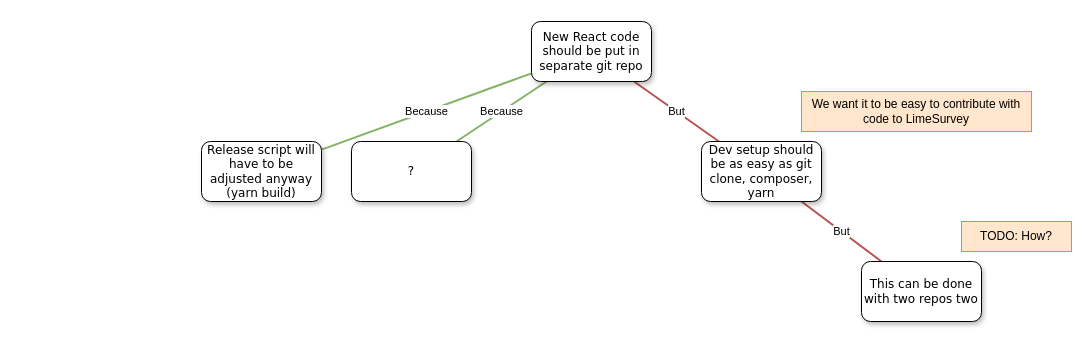
olleharstedt/limesurvey-wizard keeps this draw.io diagram as Separate_repo.drawio. Above is the earlier version. Source tidied: cells renumbered, new cells numbered last; positions are measured from the earlier drawing's top-left corner, leaving out a move shared by most shapes. Both pictures are drawn from the tidied source at 100%, with x=0, y=0 at pixel (201, 21).
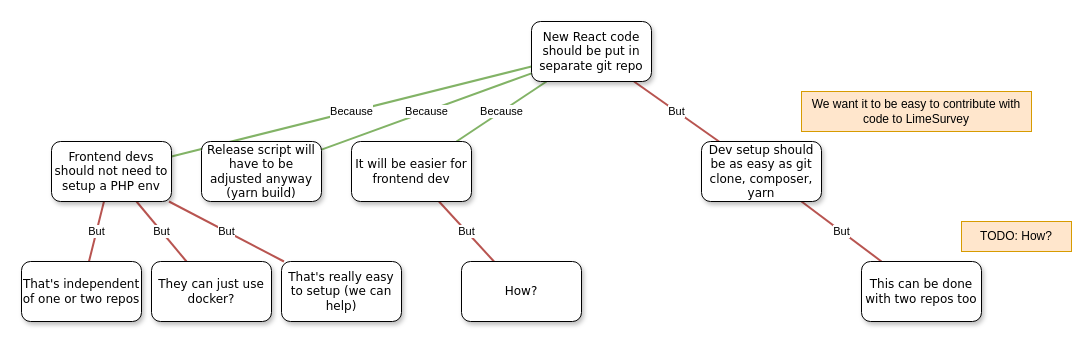
After the change.

Unchanged cells that the change refers to:
```xml
<mxCell id="5" value="New React code should be put in separate git repo" style="whiteSpace=wrap;html=1;rounded=1;shadow=1;labelBackgroundColor=none;strokeWidth=1;fontFamily=Verdana;fontSize=12;align=center;" parent="1" vertex="1">
  <mxGeometry x="330" width="120" height="60" as="geometry" />
</mxCell>
```

What changed in the source:
```diff
@@
+    <mxCell id="13" value="Because" style="edgeStyle=none;rounded=0;jettySize=auto;html=1;endArrow=none;endFill=0;strokeWidth=2;fillColor=#d5e8d4;strokeColor=#82b366;" parent="1" edge="1" source="5" target="19">
+      <mxGeometry relative="1" as="geometry" />
+    </mxCell>
@@
+    <mxCell id="14" value="But" style="edgeStyle=none;rounded=0;jettySize=auto;html=1;endArrow=none;endFill=0;strokeWidth=2;fillColor=#f8cecc;strokeColor=#b85450;" parent="1" edge="1" source="6" target="15">
+      <mxGeometry relative="1" as="geometry" />
+    </mxCell>
-    <mxCell id="6" value="?" style="whiteSpace=wrap;html=1;rounded=1;shadow=1;labelBackgroundColor=none;strokeWidth=1;fontFamily=Verdana;fontSize=12;align=center;" parent="1" vertex="1">
+    <mxCell id="6" value="It will be easier for frontend dev" style="whiteSpace=wrap;html=1;rounded=1;shadow=1;labelBackgroundColor=none;strokeWidth=1;fontFamily=Verdana;fontSize=12;align=center;" parent="1" vertex="1">
       <mxGeometry x="150" y="120" width="120" height="60" as="geometry" />
     </mxCell>
@@
-    <mxCell id="9" value="This can be done with two repos two" style="whiteSpace=wrap;html=1;rounded=1;shadow=1;labelBackgroundColor=none;strokeWidth=1;fontFamily=Verdana;fontSize=12;align=center;" parent="1" vertex="1">
+    <mxCell id="9" value="This can be done with two repos too" style="whiteSpace=wrap;html=1;rounded=1;shadow=1;labelBackgroundColor=none;strokeWidth=1;fontFamily=Verdana;fontSize=12;align=center;" parent="1" vertex="1">
       <mxGeometry x="660" y="240" width="120" height="60" as="geometry" />
     </mxCell>
@@
+    <mxCell id="15" value="How?" style="whiteSpace=wrap;html=1;rounded=1;shadow=1;labelBackgroundColor=none;strokeWidth=1;fontFamily=Verdana;fontSize=12;align=center;" parent="1" vertex="1">
+      <mxGeometry x="260" y="240" width="120" height="60" as="geometry" />
+    </mxCell>
+    <mxCell id="16" value="But" style="edgeStyle=none;rounded=0;jettySize=auto;html=1;endArrow=none;endFill=0;strokeWidth=2;fillColor=#f8cecc;strokeColor=#b85450;" parent="1" edge="1" source="19" target="20">
+      <mxGeometry relative="1" as="geometry" />
+    </mxCell>
+    <mxCell id="17" value="But" style="edgeStyle=none;rounded=0;jettySize=auto;html=1;endArrow=none;endFill=0;strokeWidth=2;fillColor=#f8cecc;strokeColor=#b85450;" parent="1" edge="1" source="19" target="21">
+      <mxGeometry relative="1" as="geometry" />
+    </mxCell>
+    <mxCell id="18" value="But" style="edgeStyle=none;rounded=0;jettySize=auto;html=1;endArrow=none;endFill=0;strokeWidth=2;fillColor=#f8cecc;strokeColor=#b85450;" parent="1" edge="1" source="19" target="22">
+      <mxGeometry relative="1" as="geometry" />
+    </mxCell>
+    <mxCell id="19" value="Frontend devs should not need to setup a PHP env" style="whiteSpace=wrap;html=1;rounded=1;shadow=1;labelBackgroundColor=none;strokeWidth=1;fontFamily=Verdana;fontSize=12;align=center;" parent="1" vertex="1">
+      <mxGeometry x="-150" y="120" width="120" height="60" as="geometry" />
+    </mxCell>
+    <mxCell id="20" value="They can just use docker?" style="whiteSpace=wrap;html=1;rounded=1;shadow=1;labelBackgroundColor=none;strokeWidth=1;fontFamily=Verdana;fontSize=12;align=center;" parent="1" vertex="1">
+      <mxGeometry x="-50" y="240" width="120" height="60" as="geometry" />
+    </mxCell>
+    <mxCell id="21" value="That's really easy to setup (we can help)" style="whiteSpace=wrap;html=1;rounded=1;shadow=1;labelBackgroundColor=none;strokeWidth=1;fontFamily=Verdana;fontSize=12;align=center;" parent="1" vertex="1">
+      <mxGeometry x="80" y="240" width="120" height="60" as="geometry" />
+    </mxCell>
+    <mxCell id="22" value="That's independent of one or two repos" style="whiteSpace=wrap;html=1;rounded=1;shadow=1;labelBackgroundColor=none;strokeWidth=1;fontFamily=Verdana;fontSize=12;align=center;" parent="1" vertex="1">
+      <mxGeometry x="-180" y="240" width="120" height="60" as="geometry" />
+    </mxCell>
```
